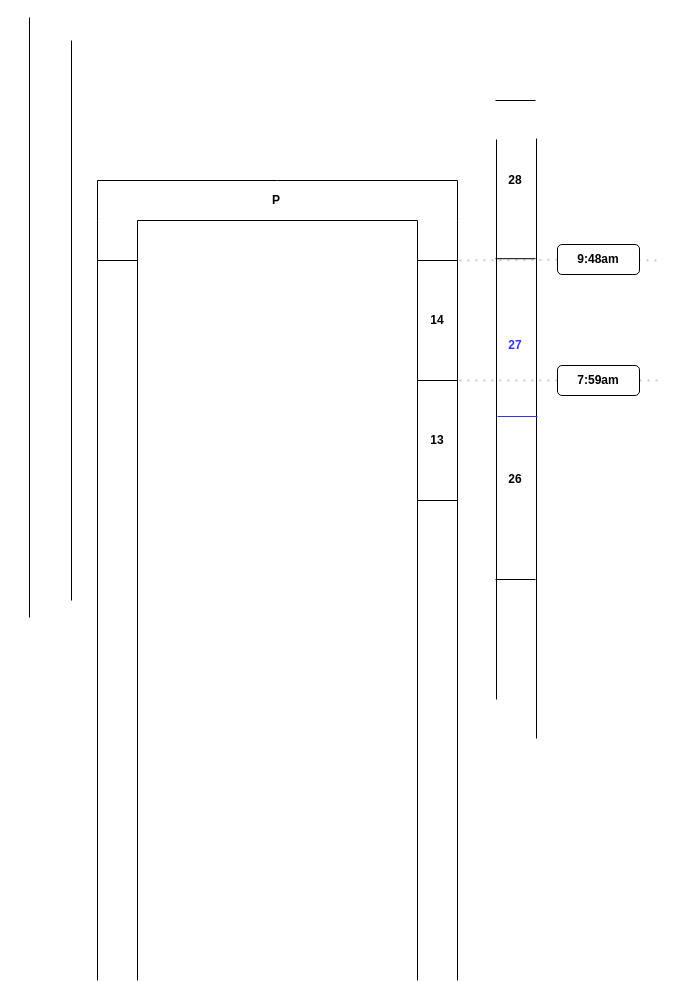
This is page "A REAL MONTH" (1 of 28) of pentasys-calendar-format-1.drawio from appsparkler/draw.io, a draw.io file, before an edit. Source tidied: cells renumbered, new cells numbered last; positions are measured from the earlier drawing's top-left corner, leaving out a move shared by most shapes. Both pictures are drawn from the tidied source at 100%, with x=0, y=0 at pixel (29, 17).
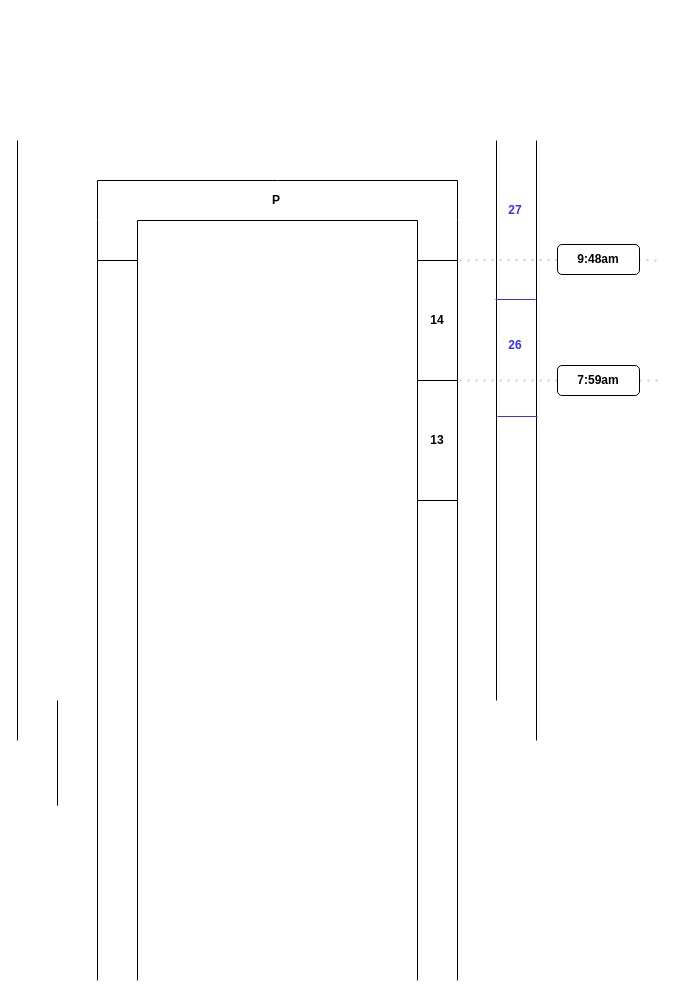
After the change.

The edit, as a diff of the source:
```diff
@@
     <mxCell id="21" style="endArrow=none;html=1;rounded=0;" parent="1" edge="1">
       <mxGeometry relative="1" as="geometry">
-        <mxPoint x="467" y="682" as="sourcePoint" />
-        <mxPoint x="467" y="122" as="targetPoint" />
+        <mxPoint x="467" y="683" as="sourcePoint" />
+        <mxPoint x="467" y="123" as="targetPoint" />
       </mxGeometry>
     </mxCell>
     <mxCell id="22" style="endArrow=none;html=1;rounded=0;" parent="1" edge="1">
       <mxGeometry relative="1" as="geometry">
-        <mxPoint x="507" y="721" as="sourcePoint" />
-        <mxPoint x="507" y="121" as="targetPoint" />
+        <mxPoint x="507" y="723" as="sourcePoint" />
+        <mxPoint x="507" y="123" as="targetPoint" />
       </mxGeometry>
     </mxCell>
@@
-    <mxCell id="24" style="endArrow=none;html=1;rounded=0;" parent="1" edge="1">
+    <mxCell id="24" style="endArrow=none;html=1;rounded=0;strokeColor=#3333FF;" parent="1" edge="1">
       <mxGeometry relative="1" as="geometry">
-        <mxPoint x="466" y="241.2" as="sourcePoint" />
-        <mxPoint x="506" y="241.2" as="targetPoint" />
+        <mxPoint x="466" y="282" as="sourcePoint" />
+        <mxPoint x="506" y="282" as="targetPoint" />
       </mxGeometry>
     </mxCell>
-    <mxCell id="25" style="endArrow=none;html=1;rounded=0;" parent="1" edge="1">
-      <mxGeometry relative="1" as="geometry">
-        <mxPoint x="466" y="83" as="sourcePoint" />
-        <mxPoint x="506" y="83" as="targetPoint" />
-      </mxGeometry>
-    </mxCell>
-    <mxCell id="26" style="endArrow=none;html=1;rounded=0;" parent="1" edge="1">
-      <mxGeometry relative="1" as="geometry">
-        <mxPoint x="466" y="562" as="sourcePoint" />
-        <mxPoint x="506" y="562" as="targetPoint" />
-      </mxGeometry>
-    </mxCell>
-    <mxCell id="27" value="&lt;b&gt;28&lt;/b&gt;" style="text;html=1;whiteSpace=wrap;strokeColor=none;fillColor=none;align=center;verticalAlign=middle;rounded=0;" parent="1" vertex="1">
-      <mxGeometry x="471" y="143" width="30" height="40" as="geometry" />
+    <mxCell id="27" value="&lt;b&gt;27&lt;/b&gt;" style="text;html=1;whiteSpace=wrap;strokeColor=none;fillColor=none;align=center;verticalAlign=middle;rounded=0;fontColor=#3333FF;" parent="1" vertex="1">
+      <mxGeometry x="471" y="173" width="30" height="40" as="geometry" />
     </mxCell>
-    <mxCell id="28" value="&lt;b&gt;27&lt;/b&gt;" style="text;html=1;whiteSpace=wrap;strokeColor=none;fillColor=none;align=center;verticalAlign=middle;rounded=0;fontColor=#3333FF;" parent="1" vertex="1">
+    <mxCell id="28" value="&lt;b&gt;26&lt;/b&gt;" style="text;html=1;whiteSpace=wrap;strokeColor=none;fillColor=none;align=center;verticalAlign=middle;rounded=0;fontColor=#3333FF;" parent="1" vertex="1">
       <mxGeometry x="471" y="308" width="30" height="40" as="geometry" />
     </mxCell>
-    <mxCell id="29" value="&lt;b&gt;26&lt;/b&gt;" style="text;html=1;whiteSpace=wrap;strokeColor=none;fillColor=none;align=center;verticalAlign=middle;rounded=0;" parent="1" vertex="1">
-      <mxGeometry x="471" y="442" width="30" height="40" as="geometry" />
-    </mxCell>
     <mxCell id="30" style="endArrow=none;html=1;rounded=0;" parent="1" edge="1">
       <mxGeometry relative="1" as="geometry">
-        <mxPoint x="42" y="583" as="sourcePoint" />
-        <mxPoint x="42" y="23" as="targetPoint" />
+        <mxPoint x="28" y="683" as="sourcePoint" />
+        <mxPoint x="28" y="788.2" as="targetPoint" />
       </mxGeometry>
     </mxCell>
     <mxCell id="31" style="endArrow=none;html=1;rounded=0;" parent="1" edge="1">
       <mxGeometry relative="1" as="geometry">
-        <mxPoint y="600" as="sourcePoint" />
-        <mxPoint as="targetPoint" />
+        <mxPoint x="-12" y="723" as="sourcePoint" />
+        <mxPoint x="-12" y="123" as="targetPoint" />
       </mxGeometry>
     </mxCell>
```
